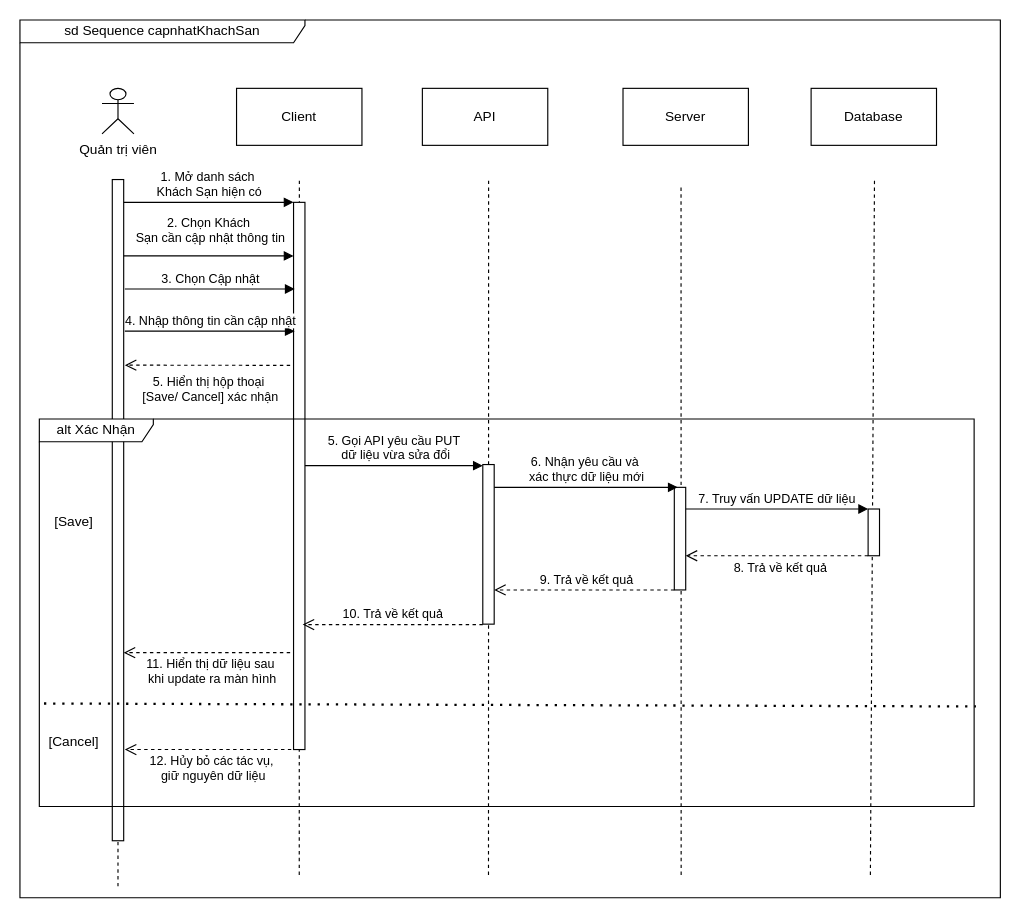
KMA-TTCS-Nhom32/documents keeps this draw.io diagram as page "Page-8" (8 of 12) of Chi/sd Sequence capnhatHoSo.drawio.xml. Above is the earlier version. Source tidied: cells renumbered, new cells numbered last; positions are measured from the earlier drawing's top-left corner, leaving out a move shared by most shapes. Both pictures are drawn from the tidied source at 114%, with x=0, y=0 at pixel (19, 19).
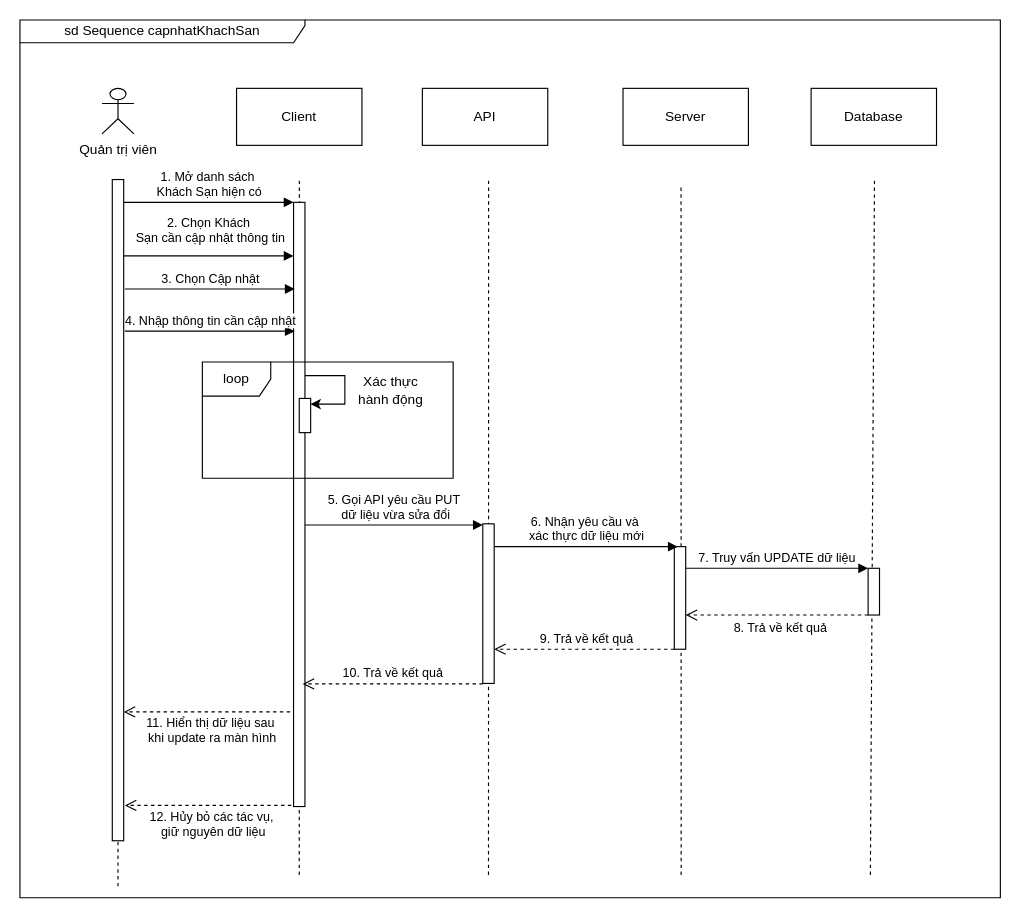
Above is the later version.

What changed in the source:
```diff
@@
     <mxCell id="6" style="html=1;perimeter=orthogonalPerimeter;targetShapes=umlLifeline;newEdgeStyle={&quot;curved&quot;:0,&quot;rounded&quot;:0};" parent="1" vertex="1">
-      <mxGeometry x="240" y="160" width="10" height="480" as="geometry" />
+      <mxGeometry x="240" y="160" width="10" height="530" as="geometry" />
     </mxCell>
     <mxCell id="7" style="html=1;perimeter=orthogonalPerimeter;targetShapes=umlLifeline;newEdgeStyle={&quot;curved&quot;:0,&quot;rounded&quot;:0};" parent="1" vertex="1">
-      <mxGeometry x="574" y="410" width="10" height="90" as="geometry" />
+      <mxGeometry x="574" y="462" width="10" height="90" as="geometry" />
     </mxCell>
@@
     <mxCell id="18" style="html=1;points=[[0,0,0,0,5],[0,1,0,0,-5],[1,0,0,0,5],[1,1,0,0,-5]];perimeter=orthogonalPerimeter;outlineConnect=0;targetShapes=umlLifeline;portConstraint=eastwest;newEdgeStyle={&quot;curved&quot;:0,&quot;rounded&quot;:0};" parent="1" vertex="1">
-      <mxGeometry x="406" y="390" width="10" height="140" as="geometry" />
+      <mxGeometry x="406" y="442" width="10" height="140" as="geometry" />
     </mxCell>
@@
     <mxCell id="20" style="html=1;perimeter=orthogonalPerimeter;targetShapes=umlLifeline;newEdgeStyle={&quot;curved&quot;:0,&quot;rounded&quot;:0};" parent="1" vertex="1">
-      <mxGeometry x="744" y="429" width="10" height="41" as="geometry" />
+      <mxGeometry x="744" y="481" width="10" height="41" as="geometry" />
     </mxCell>
     <mxCell id="21" value="8. Trả về kết quả" style="html=1;verticalAlign=bottom;endArrow=open;dashed=1;endSize=8;curved=0;rounded=0;exitX=0;exitY=1;exitDx=0;exitDy=-5;exitPerimeter=0;" parent="1" edge="1">
       <mxGeometry x="-0.04" y="20" relative="1" as="geometry">
-        <mxPoint x="744" y="470" as="sourcePoint" />
-        <mxPoint x="584" y="470" as="targetPoint" />
+        <mxPoint x="744" y="522" as="sourcePoint" />
+        <mxPoint x="584" y="522" as="targetPoint" />
       </mxGeometry>
     </mxCell>
     <mxCell id="22" value="9. Trả về kết quả" style="html=1;verticalAlign=bottom;endArrow=open;dashed=1;endSize=8;curved=0;rounded=0;" parent="1" edge="1">
       <mxGeometry x="-0.03" relative="1" as="geometry">
-        <mxPoint x="574" y="500" as="sourcePoint" />
-        <mxPoint x="416" y="500" as="targetPoint" />
+        <mxPoint x="574" y="552" as="sourcePoint" />
+        <mxPoint x="416" y="552" as="targetPoint" />
       </mxGeometry>
     </mxCell>
     <mxCell id="23" value="10. Trả về kết quả" style="html=1;verticalAlign=bottom;endArrow=open;dashed=1;endSize=8;curved=0;rounded=0;" parent="1" edge="1">
       <mxGeometry relative="1" as="geometry">
-        <mxPoint x="406" y="530.4" as="sourcePoint" />
-        <mxPoint x="248" y="530.4" as="targetPoint" />
+        <mxPoint x="406" y="582.4" as="sourcePoint" />
+        <mxPoint x="248" y="582.4" as="targetPoint" />
       </mxGeometry>
     </mxCell>
     <mxCell id="24" value="&lt;div&gt;11. Hiển thị dữ liệu sau&lt;/div&gt;&lt;div&gt;&amp;nbsp;khi update ra màn hình&lt;/div&gt;" style="html=1;verticalAlign=bottom;endArrow=open;dashed=1;endSize=8;curved=0;rounded=0;" parent="1" edge="1">
       <mxGeometry x="-0.04" y="32" relative="1" as="geometry">
-        <mxPoint x="237" y="555" as="sourcePoint" />
-        <mxPoint x="91" y="555" as="targetPoint" />
+        <mxPoint x="237" y="607" as="sourcePoint" />
+        <mxPoint x="91" y="607" as="targetPoint" />
       </mxGeometry>
     </mxCell>
@@
-    <mxCell id="26" value="&lt;div&gt;5. Hiển thị hộp thoại&amp;nbsp;&lt;/div&gt;&lt;div&gt;[Save/ Cancel] xác nhận&lt;/div&gt;" style="html=1;verticalAlign=bottom;endArrow=open;dashed=1;endSize=8;curved=0;rounded=0;" parent="1" edge="1">
-      <mxGeometry x="-0.04" y="37" relative="1" as="geometry">
-        <mxPoint x="237" y="303" as="sourcePoint" />
-        <mxPoint x="92" y="302.8" as="targetPoint" />
-      </mxGeometry>
-    </mxCell>
-    <mxCell id="27" value="alt Xác Nhận" style="shape=umlFrame;whiteSpace=wrap;html=1;width=100;height=20;" parent="1" vertex="1">
-      <mxGeometry x="17" y="350" width="820" height="340" as="geometry" />
-    </mxCell>
-    <mxCell id="28" style="endArrow=none;dashed=1;html=1;dashPattern=1 3;strokeWidth=2;rounded=0;entryX=1.002;entryY=0.446;entryDx=0;entryDy=0;entryPerimeter=0;exitX=0.005;exitY=0.44;exitDx=0;exitDy=0;exitPerimeter=0;" parent="1" edge="1">
-      <mxGeometry relative="1" as="geometry">
-        <mxPoint x="21.1" y="599.6" as="sourcePoint" />
-        <mxPoint x="838.6" y="602.2" as="targetPoint" />
-      </mxGeometry>
-    </mxCell>
-    <mxCell id="29" value="[Save]" style="text;html=1;align=center;verticalAlign=middle;strokeColor=none;fillColor=none;" parent="1" vertex="1">
-      <mxGeometry x="17" y="425" width="60" height="30" as="geometry" />
-    </mxCell>
     <mxCell id="30" value="&lt;div&gt;5. Gọi API yêu cầu PUT&lt;/div&gt;&lt;div&gt;&amp;nbsp;dữ liệu vừa sửa đổi&lt;/div&gt;" style="html=1;verticalAlign=bottom;endArrow=block;curved=0;rounded=0;exitX=1;exitY=0.371;exitDx=0;exitDy=0;exitPerimeter=0;" parent="1" edge="1">
       <mxGeometry relative="1" as="geometry">
-        <mxPoint x="250" y="391" as="sourcePoint" />
-        <mxPoint x="406" y="391" as="targetPoint" />
+        <mxPoint x="250" y="443" as="sourcePoint" />
+        <mxPoint x="406" y="443" as="targetPoint" />
       </mxGeometry>
     </mxCell>
     <mxCell id="31" value="&lt;div&gt;6. Nhận yêu cầu và&amp;nbsp;&lt;/div&gt;&lt;div&gt;xác thực dữ liệu mới &lt;/div&gt;" style="html=1;verticalAlign=bottom;endArrow=block;curved=0;rounded=0;" parent="1" edge="1" source="18">
       <mxGeometry relative="1" as="geometry">
-        <mxPoint x="577" y="410" as="targetPoint" />
+        <mxPoint x="577" y="462" as="targetPoint" />
       </mxGeometry>
     </mxCell>
     <mxCell id="32" value="7. Truy vấn UPDATE dữ liệu" style="html=1;verticalAlign=bottom;endArrow=block;curved=0;rounded=0;entryX=0;entryY=0;entryDx=0;entryDy=5;entryPerimeter=0;" parent="1" edge="1">
       <mxGeometry relative="1" as="geometry">
-        <mxPoint x="584" y="429" as="sourcePoint" />
-        <mxPoint x="744" y="429" as="targetPoint" />
+        <mxPoint x="584" y="481" as="sourcePoint" />
+        <mxPoint x="744" y="481" as="targetPoint" />
       </mxGeometry>
     </mxCell>
@@
-    <mxCell id="34" value="[Cancel]" style="text;html=1;align=center;verticalAlign=middle;strokeColor=none;fillColor=none;" parent="1" vertex="1">
-      <mxGeometry x="12" y="618" width="70" height="30" as="geometry" />
-    </mxCell>
     <mxCell id="35" value="&lt;div&gt;12. Hủy bỏ các tác vụ,&lt;/div&gt;&lt;div&gt;&amp;nbsp;giữ nguyên dữ liệu&lt;br&gt;&lt;/div&gt;" style="html=1;verticalAlign=bottom;endArrow=open;dashed=1;endSize=8;curved=0;rounded=0;" parent="1" edge="1">
       <mxGeometry x="-0.04" y="32" relative="1" as="geometry">
-        <mxPoint x="238" y="640" as="sourcePoint" />
-        <mxPoint x="92" y="640" as="targetPoint" />
+        <mxPoint x="238" y="689" as="sourcePoint" />
+        <mxPoint x="92" y="689" as="targetPoint" />
       </mxGeometry>
     </mxCell>
+    <mxCell id="36" style="group;" parent="1" vertex="1">
+      <mxGeometry x="245" y="312" width="40" height="50" as="geometry" />
+    </mxCell>
+    <mxCell id="37" style="html=1;points=[[0,0,0,0,5],[0,1,0,0,-5],[1,0,0,0,5],[1,1,0,0,-5]];perimeter=orthogonalPerimeter;outlineConnect=0;targetShapes=umlLifeline;portConstraint=eastwest;newEdgeStyle={&quot;curved&quot;:0,&quot;rounded&quot;:0};" parent="36" vertex="1">
+      <mxGeometry y="20" width="10" height="30" as="geometry" />
+    </mxCell>
+    <mxCell id="38" style="edgeStyle=none;jettySize=auto;html=1;rounded=0;entryX=1;entryY=0;entryDx=0;entryDy=5;entryPerimeter=0;" parent="36" edge="1" target="37">
+      <mxGeometry relative="1" as="geometry">
+        <mxPoint x="5" as="sourcePoint" />
+        <Array as="points">
+          <mxPoint x="40" />
+          <mxPoint x="40" y="25" />
+        </Array>
+      </mxGeometry>
+    </mxCell>
+    <mxCell id="39" value="&lt;div&gt;Xác thực&lt;/div&gt;&lt;div&gt;hành động&lt;br&gt;&lt;/div&gt;" style="text;html=1;align=center;verticalAlign=middle;strokeColor=none;fillColor=none;" parent="1" vertex="1">
+      <mxGeometry x="285" y="305" width="80" height="40" as="geometry" />
+    </mxCell>
+    <mxCell id="40" value="loop" style="shape=umlFrame;whiteSpace=wrap;html=1;" parent="1" vertex="1">
+      <mxGeometry x="160" y="300" width="220" height="102" as="geometry" />
+    </mxCell>
```
